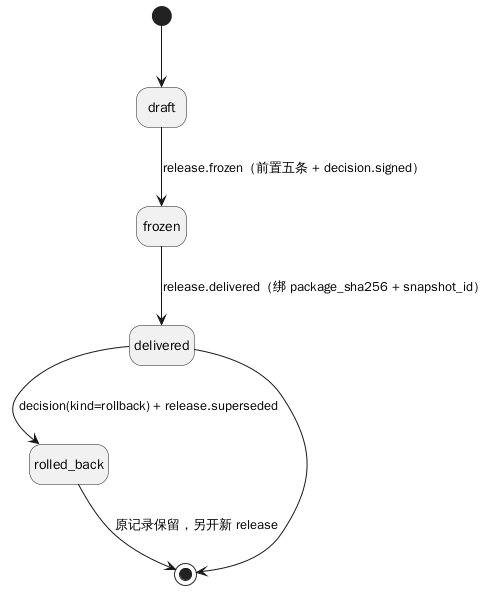
raitpor/dsh-software-dev-office keeps this PlantUML diagram as design/diagrams/uml-state-release.png. Above is the earlier version.
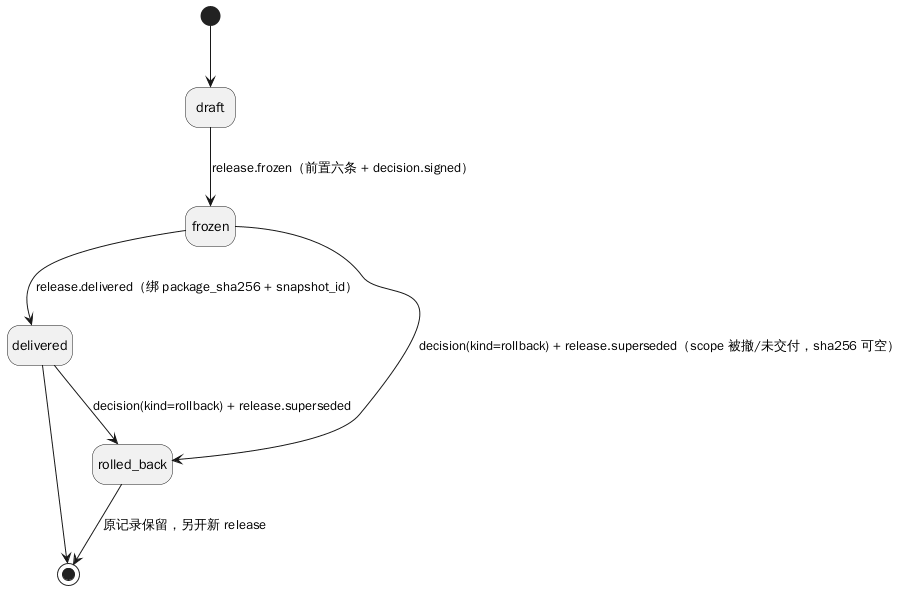
The same file after the commit.

Change to the diagram source:
```diff
@@ -1,8 +1,9 @@
 @startuml
 hide empty description
 [*] --> draft
-draft --> frozen : release.frozen（前置五条 + decision.signed）
+draft --> frozen : release.frozen（前置六条 + decision.signed）
 frozen --> delivered : release.delivered（绑 package_sha256 + snapshot_id）
+frozen --> rolled_back : decision(kind=rollback) + release.superseded（scope 被撤/未交付，sha256 可空）
 delivered --> rolled_back : decision(kind=rollback) + release.superseded
 rolled_back --> [*] : 原记录保留，另开新 release
 delivered --> [*]
```
